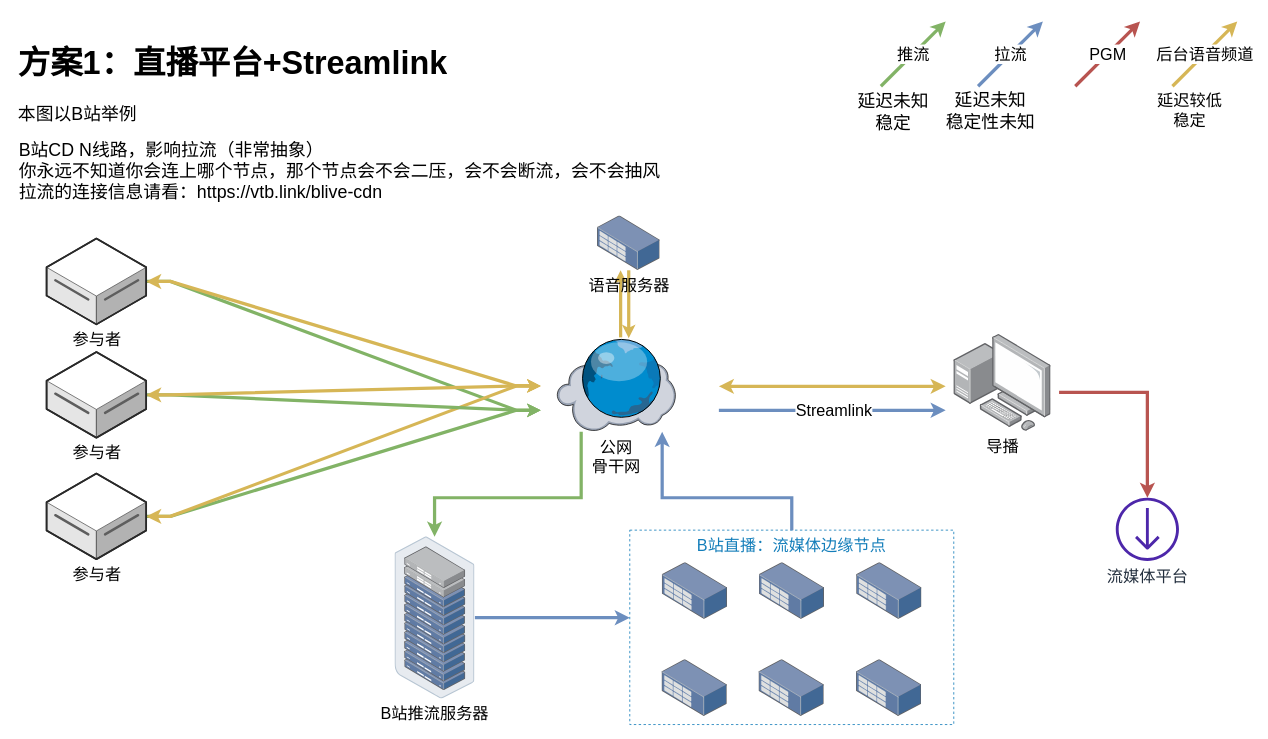
Above: streaming-low-profile.drawio in VTB-LINK/DRAW-IO-GRAPH (draw.io), before the change. Source tidied: cells renumbered, new cells numbered last; positions are measured from the earlier drawing's top-left corner, leaving out a move shared by most shapes. Both pictures are drawn from the tidied source at 81%, with x=0, y=0 at pixel (14, 21).
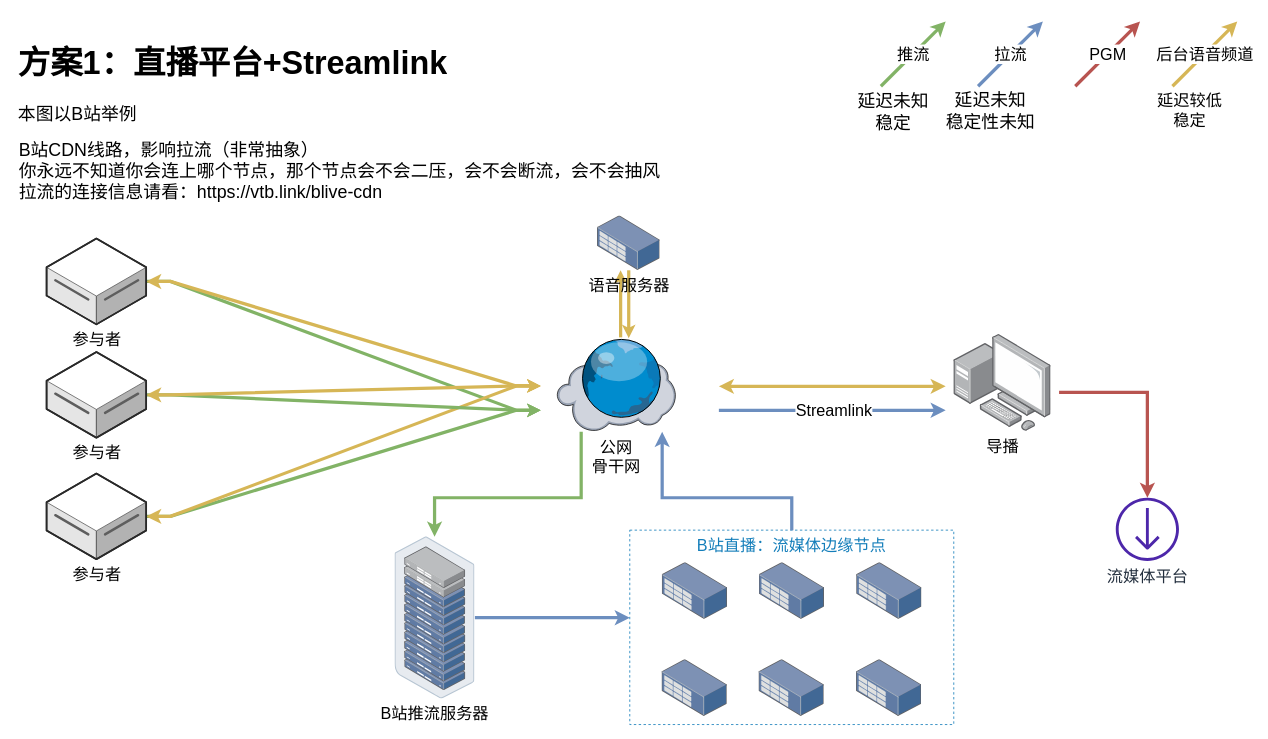
The same page after the edit.

Diff of the diagram source:
```diff
@@
-    <mxCell id="36" value="B站CD N线路，影响拉流（非常抽象）&lt;br&gt;你永远不知道你会连上哪个节点，那个节点会不会二压，会不会断流，会不会抽风&lt;br&gt;拉流的连接信息请看：https://vtb.link/blive-cdn" style="text;strokeColor=none;fillColor=none;align=left;verticalAlign=middle;spacingLeft=4;spacingRight=4;overflow=hidden;whiteSpace=wrap;html=1;fontSize=22;labelBackgroundColor=none;fontColor=#000000;" parent="1" vertex="1">
+    <mxCell id="36" value="B站CDN线路，影响拉流（非常抽象）&lt;br&gt;你永远不知道你会连上哪个节点，那个节点会不会二压，会不会断流，会不会抽风&lt;br&gt;拉流的连接信息请看：https://vtb.link/blive-cdn" style="text;strokeColor=none;fillColor=none;align=left;verticalAlign=middle;spacingLeft=4;spacingRight=4;overflow=hidden;whiteSpace=wrap;html=1;fontSize=22;labelBackgroundColor=none;fontColor=#000000;" parent="1" vertex="1">
       <mxGeometry y="130" width="810" height="110" as="geometry" />
     </mxCell>
```
